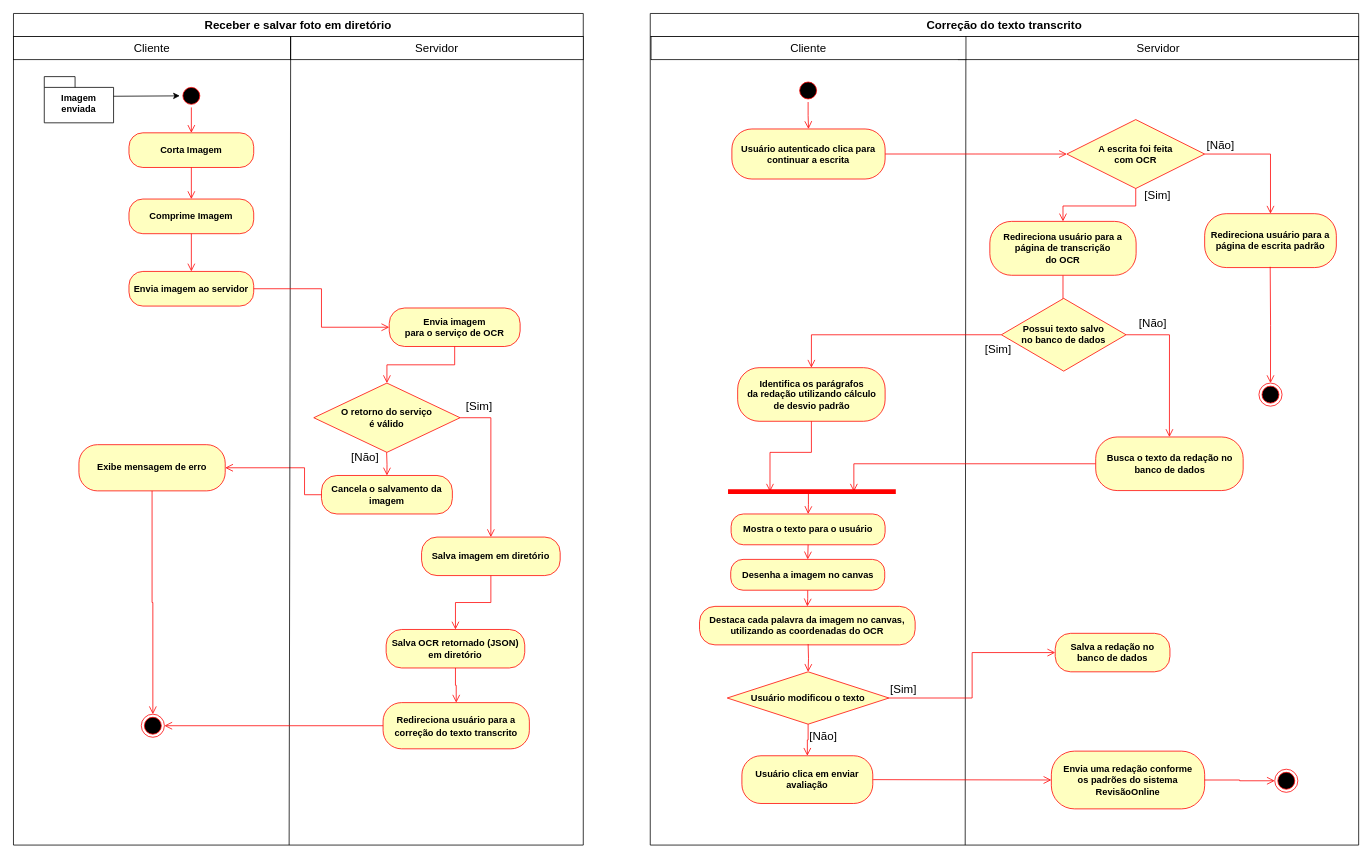
This is Atividade.drawio from zanellaz/javascripto, a draw.io file, before an edit. Source tidied: cells renumbered, new cells numbered last; positions are measured from the earlier drawing's top-left corner, leaving out a move shared by most shapes. Both pictures are drawn from the tidied source at 77%, with x=0, y=0 at pixel (13, 13).
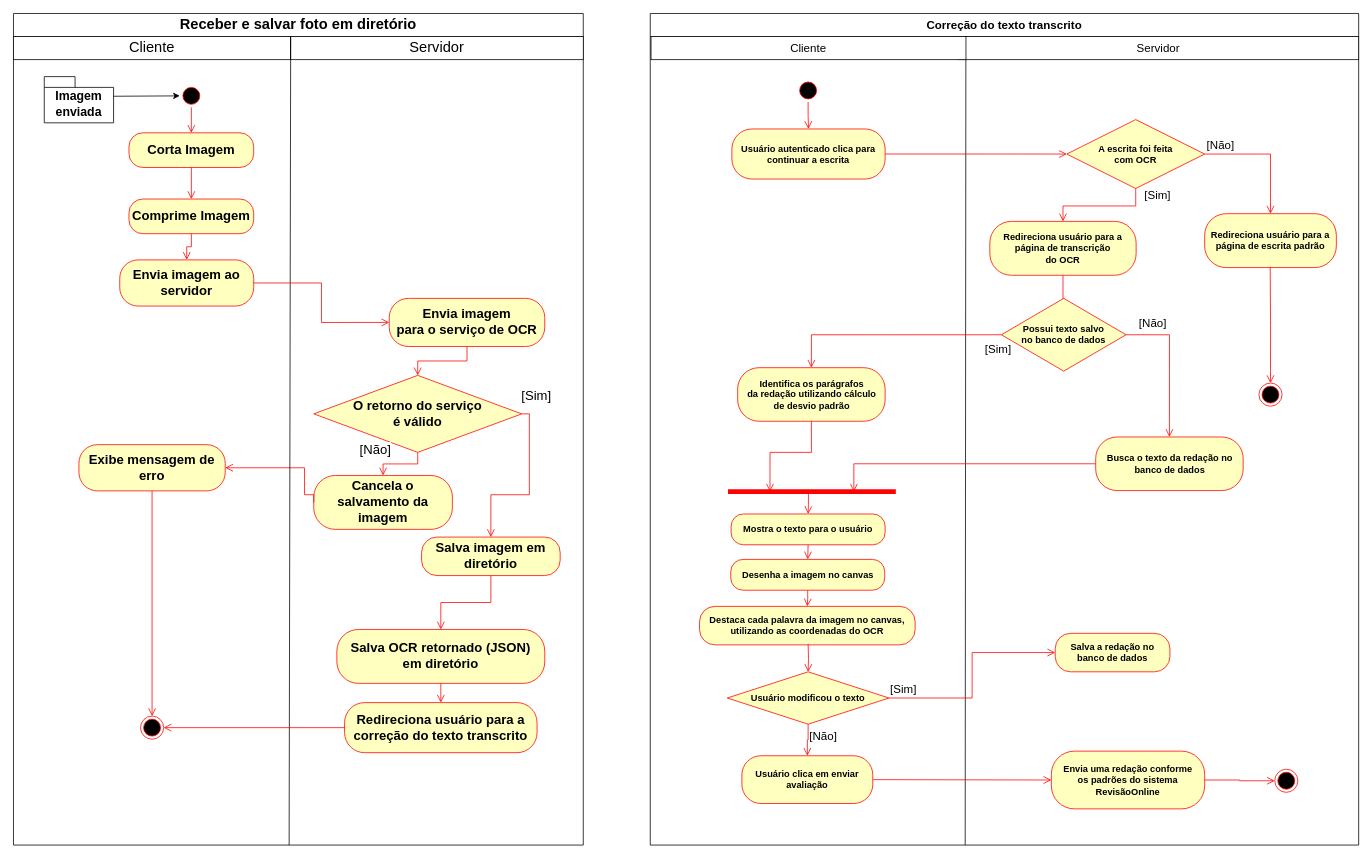
The same diagram, later.

The edit, as a diff of the source:
```diff
@@
-    <mxCell id="2" value="&lt;font style=&quot;font-size: 15px;&quot;&gt;Receber e salvar foto em diretório&lt;/font&gt;" style="swimlane;whiteSpace=wrap;html=1;startSize=30;" parent="1" vertex="1">
+    <mxCell id="2" value="&lt;font style=&quot;font-size: 19px;&quot;&gt;Receber e salvar foto em diretório&lt;/font&gt;" style="swimlane;whiteSpace=wrap;html=1;startSize=30;fontSize=15;" parent="1" vertex="1">
       <mxGeometry width="740" height="1080" as="geometry" />
     </mxCell>
-    <mxCell id="3" value="Imagem enviada " style="shape=folder;fontStyle=1;spacingTop=10;tabWidth=40;tabHeight=14;tabPosition=left;html=1;whiteSpace=wrap;" parent="2" vertex="1">
+    <mxCell id="3" value="&lt;font style=&quot;font-size: 16px;&quot;&gt;Imagem enviada &lt;/font&gt;" style="shape=folder;fontStyle=1;spacingTop=10;tabWidth=40;tabHeight=14;tabPosition=left;html=1;whiteSpace=wrap;" parent="2" vertex="1">
       <mxGeometry x="40" y="82" width="90" height="60" as="geometry" />
     </mxCell>
@@
-    <mxCell id="5" value="&lt;div&gt;&lt;font size=&quot;1&quot;&gt;&lt;b style=&quot;font-size: 12px;&quot;&gt;Comprime Imagem&lt;/b&gt;&lt;/font&gt;&lt;/div&gt;" style="rounded=1;whiteSpace=wrap;html=1;arcSize=40;fontColor=#000000;fillColor=#ffffc0;strokeColor=#ff0000;" parent="2" vertex="1">
+    <mxCell id="5" value="&lt;div style=&quot;font-size: 13px;&quot;&gt;&lt;font size=&quot;1&quot;&gt;&lt;b style=&quot;font-size: 17px;&quot;&gt;Comprime Imagem&lt;/b&gt;&lt;/font&gt;&lt;/div&gt;" style="rounded=1;whiteSpace=wrap;html=1;arcSize=40;fontColor=#000000;fillColor=#ffffc0;strokeColor=#ff0000;" parent="2" vertex="1">
       <mxGeometry x="150" y="241" width="162" height="45" as="geometry" />
     </mxCell>
@@
-    <mxCell id="7" value="&lt;font style=&quot;font-size: 12px;&quot;&gt;&lt;b&gt;Envia imagem&lt;br&gt;para o serviço de OCR&lt;/b&gt;&lt;/font&gt;" style="rounded=1;whiteSpace=wrap;html=1;arcSize=40;fontColor=#000000;fillColor=#ffffc0;strokeColor=#ff0000;" parent="2" vertex="1">
-      <mxGeometry x="488" y="382.5" width="170" height="50" as="geometry" />
+    <mxCell id="7" value="&lt;font style=&quot;font-size: 17px;&quot;&gt;&lt;b&gt;Envia imagem&lt;br&gt;para o serviço de OCR&lt;/b&gt;&lt;/font&gt;" style="rounded=1;whiteSpace=wrap;html=1;arcSize=40;fontColor=#000000;fillColor=#ffffc0;strokeColor=#ff0000;" parent="2" vertex="1">
+      <mxGeometry x="488" y="370" width="202" height="62.5" as="geometry" />
     </mxCell>
-    <mxCell id="8" value="&lt;b&gt;Cancela o salvamento da imagem&lt;br&gt;&lt;/b&gt;" style="rounded=1;whiteSpace=wrap;html=1;arcSize=40;fontColor=#000000;fillColor=#ffffc0;strokeColor=#ff0000;" parent="2" vertex="1">
-      <mxGeometry x="400" y="600" width="170" height="50" as="geometry" />
+    <mxCell id="8" value="&lt;font style=&quot;font-size: 17px;&quot;&gt;&lt;b&gt;Cancela o salvamento da imagem&lt;br&gt;&lt;/b&gt;&lt;/font&gt;" style="rounded=1;whiteSpace=wrap;html=1;arcSize=40;fontColor=#000000;fillColor=#ffffc0;strokeColor=#ff0000;" parent="2" vertex="1">
+      <mxGeometry x="390" y="600" width="180" height="70" as="geometry" />
     </mxCell>
-    <mxCell id="9" value="&lt;b&gt;Exibe mensagem de erro&lt;/b&gt;" style="rounded=1;whiteSpace=wrap;html=1;arcSize=40;fontColor=#000000;fillColor=#ffffc0;strokeColor=#ff0000;" parent="2" vertex="1">
+    <mxCell id="9" value="&lt;font size=&quot;1&quot;&gt;&lt;b style=&quot;font-size: 17px;&quot;&gt;Exibe mensagem de erro&lt;/b&gt;&lt;/font&gt;" style="rounded=1;whiteSpace=wrap;html=1;arcSize=40;fontColor=#000000;fillColor=#ffffc0;strokeColor=#ff0000;" parent="2" vertex="1">
       <mxGeometry x="85" y="560" width="190" height="60" as="geometry" />
     </mxCell>
@@
     <mxCell id="11" style="ellipse;html=1;shape=endState;fillColor=#000000;strokeColor=#ff0000;" parent="2" vertex="1">
-      <mxGeometry x="166" y="910" width="30" height="30" as="geometry" />
+      <mxGeometry x="165" y="912.5" width="30" height="30" as="geometry" />
     </mxCell>
-    <mxCell id="12" value="&lt;font style=&quot;font-size: 15px;&quot;&gt;Cliente&lt;/font&gt;" style="html=1;whiteSpace=wrap;" parent="2" vertex="1">
+    <mxCell id="12" value="&lt;font style=&quot;font-size: 19px;&quot;&gt;Cliente&lt;/font&gt;" style="html=1;whiteSpace=wrap;" parent="2" vertex="1">
       <mxGeometry y="30" width="360" height="30" as="geometry" />
     </mxCell>
-    <mxCell id="13" value="&lt;font style=&quot;font-size: 15px;&quot;&gt;Servidor&lt;/font&gt;" style="html=1;whiteSpace=wrap;" parent="2" vertex="1">
+    <mxCell id="13" value="&lt;font style=&quot;font-size: 19px;&quot;&gt;Servidor&lt;/font&gt;" style="html=1;whiteSpace=wrap;" parent="2" vertex="1">
       <mxGeometry x="360" y="30" width="380" height="30" as="geometry" />
     </mxCell>
@@
-    <mxCell id="16" value="&lt;font style=&quot;font-size: 12px;&quot;&gt;&lt;b&gt;O retorno do serviço&lt;br&gt; é válido&lt;/b&gt;&lt;/font&gt;" style="rhombus;whiteSpace=wrap;html=1;fontColor=#000000;fillColor=#ffffc0;strokeColor=#ff0000;" parent="2" vertex="1">
-      <mxGeometry x="390" y="480" width="190" height="90" as="geometry" />
+    <mxCell id="16" value="&lt;font style=&quot;font-size: 17px;&quot;&gt;&lt;b&gt;O retorno do serviço&lt;br&gt; é válido&lt;/b&gt;&lt;/font&gt;" style="rhombus;whiteSpace=wrap;html=1;fontColor=#000000;fillColor=#ffffc0;strokeColor=#ff0000;" parent="2" vertex="1">
+      <mxGeometry x="390" y="470" width="270" height="100" as="geometry" />
     </mxCell>
@@
-    <mxCell id="18" value="&lt;font style=&quot;font-size: 15px;&quot;&gt;[&lt;/font&gt;&lt;font style=&quot;font-size: 15px;&quot;&gt;Não]&lt;/font&gt;" style="edgeStyle=orthogonalEdgeStyle;html=1;align=left;verticalAlign=top;endArrow=open;endSize=8;strokeColor=#ff0000;rounded=0;entryX=0.5;entryY=0;entryDx=0;entryDy=0;" parent="2" edge="1" target="8">
-      <mxGeometry x="-1" y="-48" relative="1" as="geometry">
-        <mxPoint x="484.6" y="570" as="sourcePoint" />
-        <mxPoint y="-11" as="offset" />
+    <mxCell id="18" value="&lt;font style=&quot;font-size: 17px;&quot;&gt;[&lt;font style=&quot;font-size: 17px;&quot;&gt;Não]&lt;/font&gt;&lt;/font&gt;" style="edgeStyle=orthogonalEdgeStyle;html=1;align=left;verticalAlign=top;endArrow=open;endSize=8;strokeColor=#ff0000;rounded=0;entryX=0.5;entryY=0;entryDx=0;entryDy=0;exitX=0.5;exitY=1;exitDx=0;exitDy=0;" parent="2" edge="1" source="16" target="8">
+      <mxGeometry x="0.6" y="-47" relative="1" as="geometry">
+        <mxPoint x="15" y="-35" as="offset" />
       </mxGeometry>
     </mxCell>
-    <mxCell id="19" value="&lt;font style=&quot;font-size: 15px;&quot;&gt;[&lt;/font&gt;&lt;font style=&quot;font-size: 15px;&quot;&gt;Sim]&lt;/font&gt;" style="edgeStyle=orthogonalEdgeStyle;html=1;align=left;verticalAlign=top;endArrow=open;endSize=8;strokeColor=#ff0000;rounded=0;entryX=0.5;entryY=0;entryDx=0;entryDy=0;exitX=1;exitY=0.5;exitDx=0;exitDy=0;" parent="2" edge="1" source="16" target="24">
-      <mxGeometry x="-0.94" y="30" relative="1" as="geometry" />
+    <mxCell id="19" value="&lt;font style=&quot;font-size: 17px;&quot;&gt;[&lt;font style=&quot;font-size: 17px;&quot;&gt;Sim]&lt;/font&gt;&lt;/font&gt;" style="edgeStyle=orthogonalEdgeStyle;html=1;align=left;verticalAlign=top;endArrow=open;endSize=8;strokeColor=#ff0000;rounded=0;entryX=0.5;entryY=0;entryDx=0;entryDy=0;exitX=1;exitY=0.5;exitDx=0;exitDy=0;" parent="2" edge="1" source="16" target="24">
+      <mxGeometry x="-1" y="40" relative="1" as="geometry">
+        <mxPoint x="-2" as="offset" />
+      </mxGeometry>
     </mxCell>
-    <mxCell id="20" value="&lt;b&gt;Salva OCR retornado (JSON)&lt;br&gt;em diretório&lt;br&gt;&lt;/b&gt;" style="rounded=1;whiteSpace=wrap;html=1;arcSize=40;fontColor=#000000;fillColor=#ffffc0;strokeColor=#ff0000;" parent="2" vertex="1">
-      <mxGeometry x="484" y="800" width="180" height="50" as="geometry" />
+    <mxCell id="20" value="&lt;font style=&quot;font-size: 17px;&quot;&gt;&lt;b&gt;Salva OCR retornado (JSON)&lt;br&gt;em diretório&lt;br&gt;&lt;/b&gt;&lt;/font&gt;" style="rounded=1;whiteSpace=wrap;html=1;arcSize=40;fontColor=#000000;fillColor=#ffffc0;strokeColor=#ff0000;" parent="2" vertex="1">
+      <mxGeometry x="420" y="800" width="270" height="70" as="geometry" />
     </mxCell>
@@
-    <mxCell id="22" value="&lt;font style=&quot;font-size: 14px;&quot;&gt;&lt;b style=&quot;font-size: 12px;&quot;&gt;&lt;font style=&quot;font-size: 12px;&quot;&gt;Redireciona usuário para a correção do texto transcrito&lt;br&gt;&lt;/font&gt;&lt;/b&gt;&lt;/font&gt;" style="rounded=1;whiteSpace=wrap;html=1;arcSize=40;fontColor=#000000;fillColor=#ffffc0;strokeColor=#ff0000;" parent="2" vertex="1">
-      <mxGeometry x="480" y="895" width="190" height="60" as="geometry" />
+    <mxCell id="22" value="&lt;font style=&quot;font-size: 15px;&quot;&gt;&lt;b style=&quot;font-size: 17px;&quot;&gt;&lt;font style=&quot;font-size: 17px;&quot;&gt;Redireciona usuário para a correção do texto transcrito&lt;br&gt;&lt;/font&gt;&lt;/b&gt;&lt;/font&gt;" style="rounded=1;whiteSpace=wrap;html=1;arcSize=40;fontColor=#000000;fillColor=#ffffc0;strokeColor=#ff0000;" parent="2" vertex="1">
+      <mxGeometry x="430" y="895" width="250" height="65" as="geometry" />
     </mxCell>
@@
-    <mxCell id="24" value="&lt;b&gt;Salva imagem em diretório&lt;br&gt;&lt;/b&gt;" style="rounded=1;whiteSpace=wrap;html=1;arcSize=40;fontColor=#000000;fillColor=#ffffc0;strokeColor=#ff0000;" parent="2" vertex="1">
+    <mxCell id="24" value="&lt;font style=&quot;font-size: 17px;&quot;&gt;&lt;b&gt;Salva imagem em diretório&lt;br&gt;&lt;/b&gt;&lt;/font&gt;" style="rounded=1;whiteSpace=wrap;html=1;arcSize=40;fontColor=#000000;fillColor=#ffffc0;strokeColor=#ff0000;" parent="2" vertex="1">
       <mxGeometry x="530" y="680" width="180" height="50" as="geometry" />
     </mxCell>
@@
-    <mxCell id="66" value="&lt;font style=&quot;font-size: 12px;&quot;&gt;&lt;b style=&quot;&quot;&gt;Corta Imagem&lt;br&gt;&lt;/b&gt;&lt;/font&gt;" style="rounded=1;whiteSpace=wrap;html=1;arcSize=40;fontColor=#000000;fillColor=#ffffc0;strokeColor=#ff0000;" parent="1" vertex="1">
+    <mxCell id="66" value="&lt;font style=&quot;font-size: 17px;&quot;&gt;&lt;b style=&quot;&quot;&gt;Corta Imagem&lt;br&gt;&lt;/b&gt;&lt;/font&gt;" style="rounded=1;whiteSpace=wrap;html=1;arcSize=40;fontColor=#000000;fillColor=#ffffc0;strokeColor=#ff0000;" parent="1" vertex="1">
       <mxGeometry x="150" y="155" width="162" height="45" as="geometry" />
     </mxCell>
@@
-    <mxCell id="69" value="&lt;div&gt;&lt;font size=&quot;1&quot;&gt;&lt;b style=&quot;font-size: 12px;&quot;&gt;Envia imagem ao servidor&lt;br&gt;&lt;/b&gt;&lt;/font&gt;&lt;/div&gt;" style="rounded=1;whiteSpace=wrap;html=1;arcSize=40;fontColor=#000000;fillColor=#ffffc0;strokeColor=#ff0000;" parent="1" vertex="1">
-      <mxGeometry x="150" y="335" width="162" height="45" as="geometry" />
+    <mxCell id="69" value="&lt;div style=&quot;font-size: 13px;&quot;&gt;&lt;font style=&quot;font-size: 17px;&quot;&gt;&lt;b&gt;Envia imagem ao servidor&lt;br&gt;&lt;/b&gt;&lt;/font&gt;&lt;/div&gt;" style="rounded=1;whiteSpace=wrap;html=1;arcSize=40;fontColor=#000000;fillColor=#ffffc0;strokeColor=#ff0000;" parent="1" vertex="1">
+      <mxGeometry x="138" y="320" width="174" height="60" as="geometry" />
     </mxCell>
```
